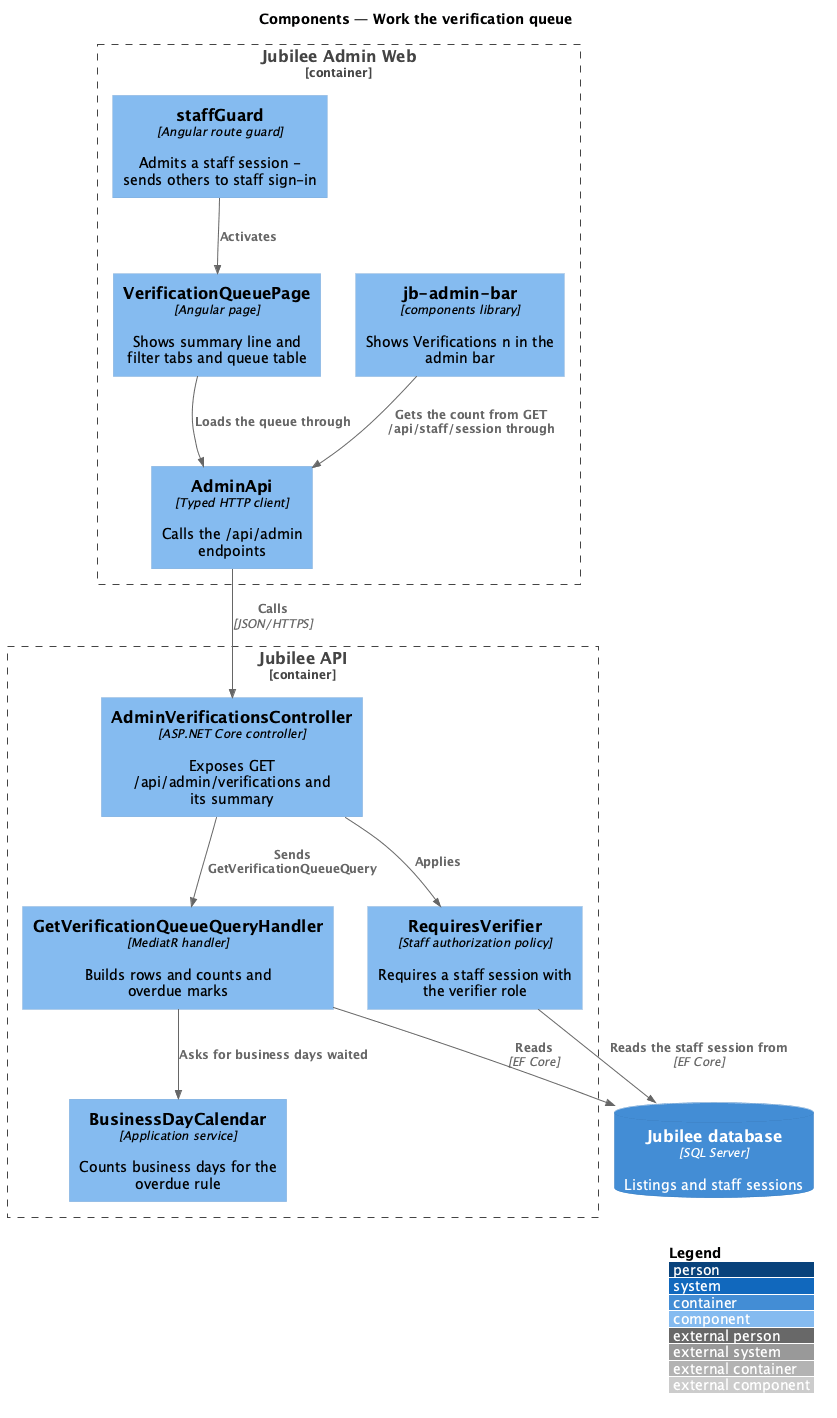
Earlier version of the PlantUML export docs/detailed-designs/moderation/browse-listings/diagrams/c4-component.png (QuinntyneBrown/jubilee).
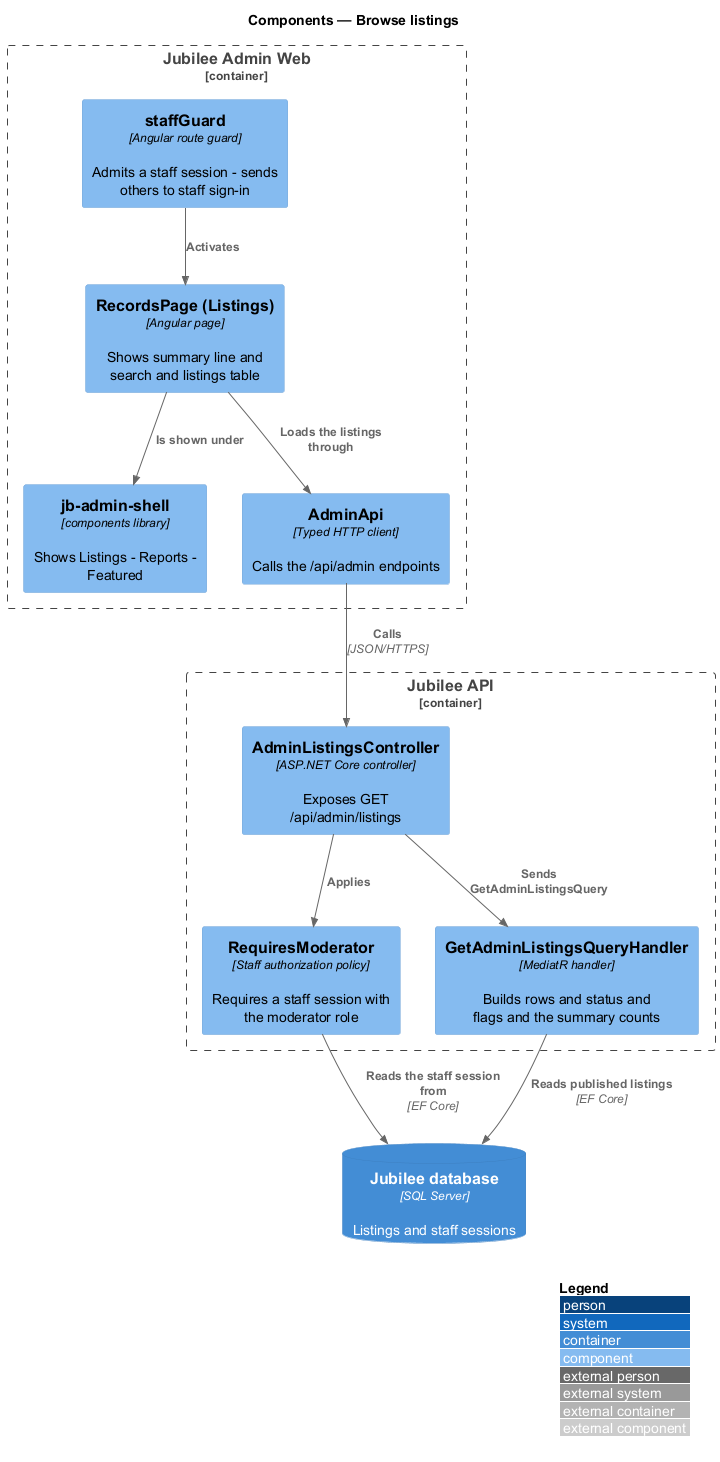
The same file after the commit.

Diff of the diagram source:
```diff
@@ -1,28 +1,26 @@
 @startuml
 !include <C4/C4_Component>
 LAYOUT_WITH_LEGEND()
-title Components — Work the verification queue
+title Components — Browse listings
 Container_Boundary(web, "Jubilee Admin Web") {
   Component(guard, "staffGuard", "Angular route guard", "Admits a staff session - sends others to staff sign-in")
-  Component(page, "VerificationQueuePage", "Angular page", "Shows summary line and filter tabs and queue table")
-  Component(badge, "jb-admin-bar", "components library", "Shows Verifications n in the admin bar")
+  Component(page, "RecordsPage (Listings)", "Angular page", "Shows summary line and search and listings table")
+  Component(bar, "jb-admin-shell", "components library", "Shows Listings - Reports - Featured")
   Component(client, "AdminApi", "Typed HTTP client", "Calls the /api/admin endpoints")
 }
 Container_Boundary(api, "Jubilee API") {
-  Component(ctrl, "AdminVerificationsController", "ASP.NET Core controller", "Exposes GET /api/admin/verifications and its summary")
-  Component(policy, "RequiresVerifier", "Staff authorization policy", "Requires a staff session with the verifier role")
-  Component(qh, "GetVerificationQueueQueryHandler", "MediatR handler", "Builds rows and counts and overdue marks")
-  Component(cal, "BusinessDayCalendar", "Application service", "Counts business days for the overdue rule")
+  Component(ctrl, "AdminListingsController", "ASP.NET Core controller", "Exposes GET /api/admin/listings")
+  Component(policy, "RequiresModerator", "Staff authorization policy", "Requires a staff session with the moderator role")
+  Component(qh, "GetAdminListingsQueryHandler", "MediatR handler", "Builds rows and status and flags and the summary counts")
 }
 ContainerDb(db, "Jubilee database", "SQL Server", "Listings and staff sessions")
 
 Rel(guard, page, "Activates")
-Rel(page, client, "Loads the queue through")
-Rel(badge, client, "Gets the count from GET /api/staff/session through")
+Rel(page, bar, "Is shown under")
+Rel(page, client, "Loads the listings through")
 Rel(client, ctrl, "Calls", "JSON/HTTPS")
 Rel(ctrl, policy, "Applies")
 Rel(policy, db, "Reads the staff session from", "EF Core")
-Rel(ctrl, qh, "Sends GetVerificationQueueQuery")
-Rel(qh, cal, "Asks for business days waited")
-Rel(qh, db, "Reads", "EF Core")
+Rel(ctrl, qh, "Sends GetAdminListingsQuery")
+Rel(qh, db, "Reads published listings", "EF Core")
 @enduml
```
